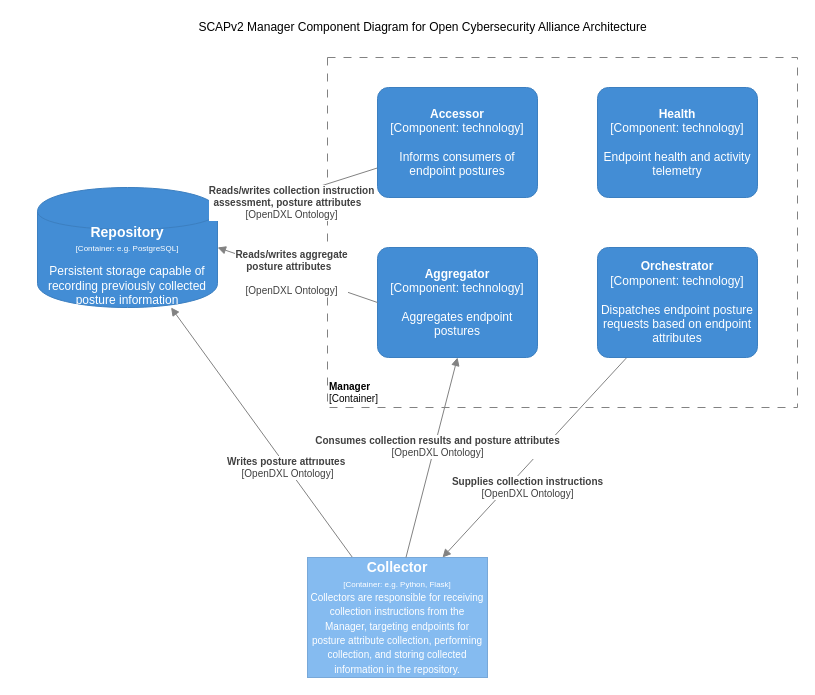
opencybersecurityalliance/documentation keeps this draw.io diagram as page "SCAPv2 Manager" (3 of 4) of Architecture Documents/oca-c4-architecture.drawio. Above is the earlier version. Source tidied: cells renumbered, new cells numbered last; positions are measured from the earlier drawing's top-left corner, leaving out a move shared by most shapes. Both pictures are drawn from the tidied source at 100%, with x=0, y=0 at pixel (37, 17).
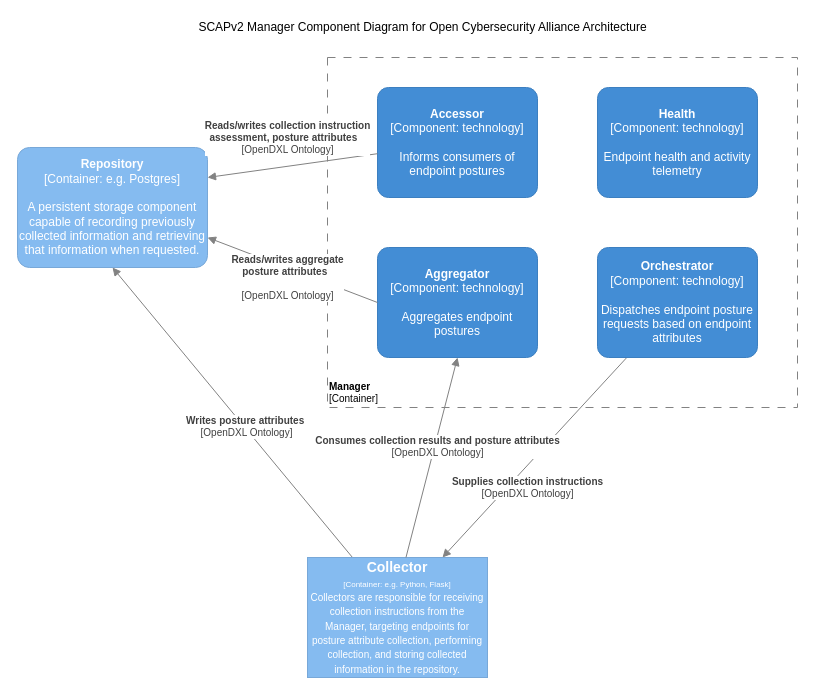
The same page after the edit.

Commit message (it also covers changes not shown here):
Clean up SCAP Repository

The edit, as a diff of the source:
```diff
@@
 <mxGraphModel>
   <root>
     <mxCell id="0" />
     <mxCell id="1" parent="0" />
     <mxCell id="2" value="&lt;font style=&quot;font-size: 10px&quot;&gt;&lt;b&gt;Manager&lt;br&gt;&lt;/b&gt;[Container]&lt;/font&gt;" style="rounded=0;whiteSpace=wrap;html=1;strokeColor=#828282;fillColor=none;fontColor=#000000;align=left;labelPosition=center;verticalLabelPosition=middle;verticalAlign=bottom;dashed=1;strokeWidth=1;perimeterSpacing=0;spacing=2;spacingTop=0;fontSize=10;dashPattern=8 8;" parent="1" vertex="1">
       <mxGeometry x="290" y="40" width="470" height="350" as="geometry" />
     </mxCell>
-    <object id="3" label="&lt;div style=&quot;color: rgb(255 , 255 , 255)&quot;&gt;&lt;span style=&quot;font-size: 14px&quot;&gt;&lt;b&gt;Repository&lt;/b&gt;&lt;/span&gt;&lt;/div&gt;&lt;div style=&quot;color: rgb(255 , 255 , 255) ; font-size: 12px&quot;&gt;&lt;font style=&quot;font-size: 8px&quot;&gt;[Container: %technology%]&lt;/font&gt;&lt;/div&gt;&lt;div style=&quot;color: rgb(255 , 255 , 255) ; font-size: 8px&quot;&gt;&lt;font style=&quot;line-height: 9.6px&quot;&gt;&lt;br&gt;&lt;/font&gt;&lt;/div&gt;&lt;div style=&quot;color: rgb(255 , 255 , 255)&quot;&gt;Persistent storage capable of recording previously collected posture information&lt;/div&gt;" placeholders="1" technology="e.g. PostgreSQL">
-      <mxCell style="shape=cylinder;whiteSpace=wrap;html=1;boundedLbl=1;backgroundOutline=1;strokeColor=#3C7FC0;fillColor=#438DD5;fontSize=12;fontColor=#ffffff;align=center;rounded=0;" parent="1" vertex="1">
-        <mxGeometry y="170" width="180" height="120" as="geometry" />
-      </mxCell>
-    </object>
-    <mxCell id="4" value="&lt;span style=&quot;font-size: 10px&quot;&gt;&lt;b&gt;Reads/writes&amp;nbsp;&lt;/b&gt;&lt;/span&gt;&lt;b&gt;collection instruction&lt;br&gt;&lt;/b&gt;&lt;b&gt;assessment,&amp;nbsp;&lt;/b&gt;&lt;span style=&quot;font-size: 10px&quot;&gt;&lt;b&gt;posture attributes&amp;nbsp; &amp;nbsp;&lt;/b&gt;&lt;br&gt;[OpenDXL Ontology]&lt;br&gt;&lt;/span&gt;" style="endArrow=block;html=1;fontSize=10;fontColor=#404040;strokeWidth=1;endFill=1;strokeColor=#828282;elbow=vertical;" parent="1" edge="1" source="10" target="3">
-      <mxGeometry x="0.09" y="7" relative="1" as="geometry" />
-    </mxCell>
-    <mxCell id="5" value="&lt;span style=&quot;font-size: 10px&quot;&gt;&lt;b&gt;Writes posture attributes&amp;nbsp;&lt;/b&gt;&lt;br&gt;[OpenDXL Ontology]&lt;br&gt;&lt;/span&gt;" style="endArrow=block;html=1;fontSize=10;fontColor=#404040;strokeWidth=1;endFill=1;strokeColor=#828282;elbow=vertical;exitX=0.25;exitY=0;exitDx=0;exitDy=0;" parent="1" edge="1" source="7" target="3">
-      <mxGeometry x="-0.28" relative="1" as="geometry" />
+    <mxCell id="5" value="&lt;span style=&quot;font-size: 10px&quot;&gt;&lt;b&gt;Writes posture attributes&amp;nbsp;&lt;/b&gt;&lt;br&gt;[OpenDXL Ontology]&lt;br&gt;&lt;/span&gt;" style="endArrow=block;html=1;fontSize=10;fontColor=#404040;strokeWidth=1;endFill=1;strokeColor=#828282;elbow=vertical;exitX=0.25;exitY=0;exitDx=0;exitDy=0;entryX=0.5;entryY=1;entryDx=0;entryDy=0;entryPerimeter=0;" parent="1" edge="1" source="7" target="15">
+      <mxGeometry x="-0.11" y="-2" relative="1" as="geometry" />
     </mxCell>
     <mxCell id="6" value="&lt;b&gt;Supplies collection instructions&lt;br&gt;&lt;/b&gt;[OpenDXL Ontology]&lt;span style=&quot;font-size: 10px&quot;&gt;&lt;br&gt;&lt;/span&gt;" style="endArrow=block;html=1;fontSize=10;fontColor=#404040;strokeWidth=1;endFill=1;strokeColor=#828282;elbow=vertical;entryX=0.75;entryY=0;entryDx=0;entryDy=0;" parent="1" edge="1" source="9" target="7">
       <mxGeometry x="0.2" y="15" relative="1" as="geometry" />
     </mxCell>
     <object id="7" label="&lt;div&gt;&lt;span style=&quot;font-size: 14px&quot;&gt;&lt;b&gt;Collector&lt;/b&gt;&lt;/span&gt;&lt;/div&gt;&lt;div&gt;&lt;span style=&quot;font-size: 8px&quot;&gt;[Container: %technology%]&lt;/span&gt;&lt;br&gt;&lt;/div&gt;&lt;div&gt;&lt;span style=&quot;font-size: x-small&quot;&gt;Collectors are responsible for receiving collection instructions from the Manager, targeting endpoints for posture attribute collection, performing collection, and storing collected information in the repository.&lt;/span&gt;&lt;br&gt;&lt;/div&gt;" placeholders="1" technology="e.g. Python, Flask">
       <mxCell style="rounded=0;whiteSpace=wrap;html=1;fillColor=#85BBF0;fontColor=#ffffff;strokeColor=#78A8D8;arcSize=10;" parent="1" vertex="1">
         <mxGeometry x="270" y="540" width="180" height="120" as="geometry" />
       </mxCell>
     </object>
     <object id="8" label="&lt;b&gt;%c4Name%&lt;/b&gt;&lt;div&gt;[%c4Type%: %c4Technology%]&lt;/div&gt;&lt;br&gt;&lt;div&gt;%c4Description%&lt;/div&gt;" c4Description="Endpoint health and activity telemetry" c4Name="Health" c4Technology="technology" c4Type="Component" placeholders="1">
       <mxCell style="rounded=1;whiteSpace=wrap;html=1;labelBackgroundColor=none;fillColor=#438DD5;fontColor=#ffffff;align=center;arcSize=10;strokeColor=#3C7FC0;metaData={&quot;c4Type&quot;:{&quot;editable&quot;:false}};" parent="1" vertex="1">
         <mxGeometry x="560" y="70" width="160" height="110" as="geometry" />
       </mxCell>
     </object>
     <object id="9" label="&lt;b&gt;%c4Name%&lt;/b&gt;&lt;div&gt;[%c4Type%: %c4Technology%]&lt;/div&gt;&lt;br&gt;&lt;div&gt;%c4Description%&lt;/div&gt;" c4Description="Dispatches endpoint posture requests based on endpoint attributes" c4Name="Orchestrator" c4Technology="technology" c4Type="Component" placeholders="1">
       <mxCell style="rounded=1;whiteSpace=wrap;html=1;labelBackgroundColor=none;fillColor=#438DD5;fontColor=#ffffff;align=center;arcSize=10;strokeColor=#3C7FC0;metaData={&quot;c4Type&quot;:{&quot;editable&quot;:false}};points=[[0.25,0,0],[0.5,0,0],[0.75,0,0],[1,0.25,0],[1,0.5,0],[1,0.75,0],[0.75,1,0],[0.5,1,0],[0.25,1,0],[0,0.75,0],[0,0.5,0],[0,0.25,0]];" parent="1" vertex="1">
         <mxGeometry x="560" y="230" width="160" height="110" as="geometry" />
       </mxCell>
     </object>
     <object id="10" label="&lt;b&gt;%c4Name%&lt;/b&gt;&lt;div&gt;[%c4Type%: %c4Technology%]&lt;/div&gt;&lt;br&gt;&lt;div&gt;%c4Description%&lt;/div&gt;" c4Description="Informs consumers of endpoint postures" c4Name="Accessor" c4Technology="technology" c4Type="Component" placeholders="1">
       <mxCell style="rounded=1;whiteSpace=wrap;html=1;labelBackgroundColor=none;fillColor=#438DD5;fontColor=#ffffff;align=center;arcSize=10;strokeColor=#3C7FC0;metaData={&quot;c4Type&quot;:{&quot;editable&quot;:false}};points=[[0.25,0,0],[0.5,0,0],[0.75,0,0],[1,0.25,0],[1,0.5,0],[1,0.75,0],[0.75,1,0],[0.5,1,0],[0.25,1,0],[0,0.75,0],[0,0.5,0],[0,0.25,0]];" parent="1" vertex="1">
         <mxGeometry x="340" y="70" width="160" height="110" as="geometry" />
       </mxCell>
     </object>
     <object id="11" label="&lt;b&gt;%c4Name%&lt;/b&gt;&lt;div&gt;[%c4Type%: %c4Technology%]&lt;/div&gt;&lt;br&gt;&lt;div&gt;%c4Description%&lt;/div&gt;" c4Description="Aggregates endpoint postures" c4Name="Aggregator" c4Technology="technology" c4Type="Component" placeholders="1">
       <mxCell style="rounded=1;whiteSpace=wrap;html=1;labelBackgroundColor=none;fillColor=#438DD5;fontColor=#ffffff;align=center;arcSize=10;strokeColor=#3C7FC0;metaData={&quot;c4Type&quot;:{&quot;editable&quot;:false}};points=[[0.25,0,0],[0.5,0,0],[0.75,0,0],[1,0.25,0],[1,0.5,0],[1,0.75,0],[0.75,1,0],[0.5,1,0],[0.25,1,0],[0,0.75,0],[0,0.5,0],[0,0.25,0]];" parent="1" vertex="1">
         <mxGeometry x="340" y="230" width="160" height="110" as="geometry" />
       </mxCell>
     </object>
     <mxCell id="12" value="&lt;b&gt;Consumes collection results and posture attributes&lt;br&gt;&lt;/b&gt;[OpenDXL Ontology]&lt;span style=&quot;font-size: 10px&quot;&gt;&lt;br&gt;&lt;/span&gt;" style="endArrow=block;html=1;fontSize=10;fontColor=#404040;strokeWidth=1;endFill=1;strokeColor=#828282;elbow=vertical;entryX=0.5;entryY=1;entryDx=0;entryDy=0;entryPerimeter=0;exitX=0.547;exitY=0;exitDx=0;exitDy=0;exitPerimeter=0;" parent="1" edge="1" source="7" target="11">
       <mxGeometry x="0.11" y="-3" relative="1" as="geometry" />
     </mxCell>
-    <mxCell id="13" value="&lt;b&gt;Reads/writes aggregate&lt;/b&gt;&lt;b&gt;&lt;br&gt;&lt;/b&gt;&lt;b&gt;posture attributes&amp;nbsp;&amp;nbsp;&lt;/b&gt;&lt;span style=&quot;font-size: 10px&quot;&gt;&lt;b&gt;&lt;br&gt;&amp;nbsp;&lt;/b&gt;&lt;br&gt;[OpenDXL Ontology]&lt;br&gt;&lt;/span&gt;" style="endArrow=block;html=1;fontSize=10;fontColor=#404040;strokeWidth=1;endFill=1;strokeColor=#828282;elbow=vertical;exitX=0;exitY=0.5;exitDx=0;exitDy=0;exitPerimeter=0;entryX=1;entryY=0.5;entryDx=0;entryDy=0;" parent="1" edge="1" source="11" target="3">
-      <mxGeometry x="0.07" relative="1" as="geometry" />
+    <mxCell id="13" value="&lt;b&gt;Reads/writes aggregate&lt;/b&gt;&lt;b&gt;&lt;br&gt;&lt;/b&gt;&lt;b&gt;posture attributes&amp;nbsp;&amp;nbsp;&lt;/b&gt;&lt;span style=&quot;font-size: 10px&quot;&gt;&lt;b&gt;&lt;br&gt;&amp;nbsp;&lt;/b&gt;&lt;br&gt;[OpenDXL Ontology]&lt;br&gt;&lt;/span&gt;" style="endArrow=block;html=1;fontSize=10;fontColor=#404040;strokeWidth=1;endFill=1;strokeColor=#828282;elbow=vertical;exitX=0;exitY=0.5;exitDx=0;exitDy=0;exitPerimeter=0;entryX=1;entryY=0.75;entryDx=0;entryDy=0;entryPerimeter=0;" parent="1" edge="1" source="11" target="15">
+      <mxGeometry x="0.02" y="9" relative="1" as="geometry" />
     </mxCell>
     <mxCell id="14" value="SCAPv2 Manager Component Diagram for Open Cybersecurity Alliance Architecture" style="text;html=1;align=center;verticalAlign=middle;" parent="1" vertex="1">
       <mxGeometry x="155" width="460" height="20" as="geometry" />
     </mxCell>
+    <object id="15" label="&lt;b&gt;%c4Name%&lt;/b&gt;&lt;div&gt;[%c4Type%: %c4Technology%]&lt;/div&gt;&lt;br&gt;&lt;div&gt;%c4Description%&lt;/div&gt;" c4Description="A persistent storage component capable of recording previously collected information and retrieving that information when requested." c4Name="Repository" c4Technology="e.g. Postgres" c4Type="Container" placeholders="1">
+      <mxCell style="rounded=1;whiteSpace=wrap;html=1;labelBackgroundColor=none;fillColor=#85BBF0;fontColor=#ffffff;align=center;arcSize=10;strokeColor=#78A8D8;metaData={&quot;c4Type&quot;:{&quot;editable&quot;:false}};points=[[0.25,0,0],[0.5,0,0],[0.75,0,0],[1,0.25,0],[1,0.5,0],[1,0.75,0],[0.75,1,0],[0.5,1,0],[0.25,1,0],[0,0.75,0],[0,0.5,0],[0,0.25,0]];" parent="1" vertex="1">
+        <mxGeometry x="-20" y="130" width="190" height="120" as="geometry" />
+      </mxCell>
+    </object>
+    <mxCell id="4" value="&lt;span style=&quot;font-size: 10px&quot;&gt;&lt;b&gt;Reads/writes&amp;nbsp;&lt;/b&gt;&lt;/span&gt;&lt;b&gt;collection instruction&lt;br&gt;&lt;/b&gt;&lt;b&gt;assessment,&amp;nbsp;&lt;/b&gt;&lt;span style=&quot;font-size: 10px&quot;&gt;&lt;b&gt;posture attributes&amp;nbsp; &amp;nbsp;&lt;/b&gt;&lt;br&gt;[OpenDXL Ontology]&lt;br&gt;&lt;/span&gt;" style="endArrow=block;html=1;fontSize=10;fontColor=#404040;strokeWidth=1;endFill=1;strokeColor=#828282;elbow=vertical;entryX=1;entryY=0.25;entryDx=0;entryDy=0;entryPerimeter=0;" parent="1" edge="1" source="10" target="15">
+      <mxGeometry x="0.01" y="-29" relative="1" as="geometry" />
+    </mxCell>
   </root>
 </mxGraphModel>
```
